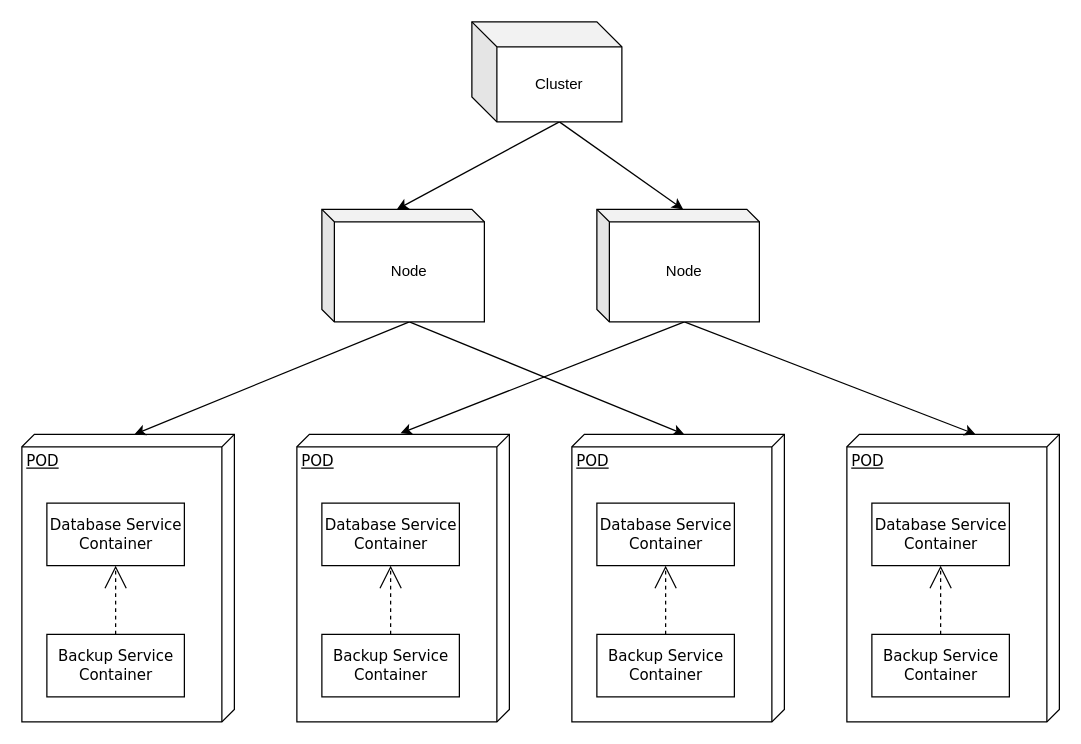
Before: deploy.drawio in darrenyan/mcp-, a draw.io diagram. Source tidied: cells renumbered, new cells numbered last; positions are measured from the earlier drawing's top-left corner, leaving out a move shared by most shapes. Both pictures are drawn from the tidied source at 125%, with x=0, y=0 at pixel (21, 21).
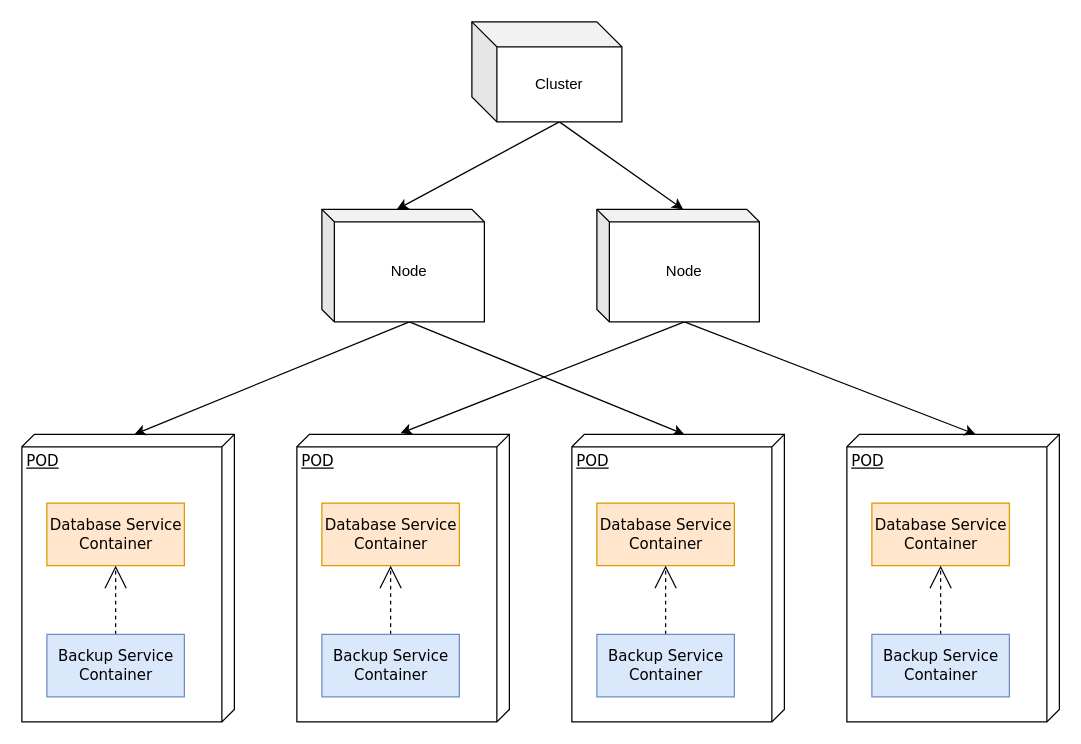
The same page after the edit.

Diff of the diagram source:
```diff
@@
-    <mxCell id="3" value="Database Service&lt;br&gt;Container" style="html=1;rounded=0;shadow=0;comic=0;labelBackgroundColor=none;strokeWidth=1;fontFamily=Verdana;fontSize=12;align=center;" parent="1" vertex="1">
+    <mxCell id="3" value="Database Service&lt;br&gt;Container" style="html=1;rounded=0;shadow=0;comic=0;labelBackgroundColor=none;strokeWidth=1;fontFamily=Verdana;fontSize=12;align=center;fillColor=#ffe6cc;strokeColor=#d79b00;" parent="1" vertex="1">
       <mxGeometry x="20" y="385" width="110" height="50" as="geometry" />
     </mxCell>
@@
-    <mxCell id="5" value="Backup Service&lt;br&gt;Container" style="html=1;rounded=0;shadow=0;comic=0;labelBackgroundColor=none;strokeWidth=1;fontFamily=Verdana;fontSize=12;align=center;" parent="1" vertex="1">
+    <mxCell id="5" value="Backup Service&lt;br&gt;Container" style="html=1;rounded=0;shadow=0;comic=0;labelBackgroundColor=none;strokeWidth=1;fontFamily=Verdana;fontSize=12;align=center;fillColor=#dae8fc;strokeColor=#6c8ebf;" parent="1" vertex="1">
       <mxGeometry x="20" y="490" width="110" height="50" as="geometry" />
     </mxCell>
@@
-    <mxCell id="10" value="Database Service&lt;br&gt;Container" style="html=1;rounded=0;shadow=0;comic=0;labelBackgroundColor=none;strokeWidth=1;fontFamily=Verdana;fontSize=12;align=center;" parent="1" vertex="1">
+    <mxCell id="10" value="Database Service&lt;br&gt;Container" style="html=1;rounded=0;shadow=0;comic=0;labelBackgroundColor=none;strokeWidth=1;fontFamily=Verdana;fontSize=12;align=center;fillColor=#ffe6cc;strokeColor=#d79b00;" parent="1" vertex="1">
       <mxGeometry x="240" y="385" width="110" height="50" as="geometry" />
     </mxCell>
@@
-    <mxCell id="12" value="Backup Service&lt;br&gt;Container" style="html=1;rounded=0;shadow=0;comic=0;labelBackgroundColor=none;strokeWidth=1;fontFamily=Verdana;fontSize=12;align=center;" parent="1" vertex="1">
+    <mxCell id="12" value="Backup Service&lt;br&gt;Container" style="html=1;rounded=0;shadow=0;comic=0;labelBackgroundColor=none;strokeWidth=1;fontFamily=Verdana;fontSize=12;align=center;fillColor=#dae8fc;strokeColor=#6c8ebf;" parent="1" vertex="1">
       <mxGeometry x="240" y="490" width="110" height="50" as="geometry" />
     </mxCell>
@@
-    <mxCell id="14" value="Database Service&lt;br&gt;Container" style="html=1;rounded=0;shadow=0;comic=0;labelBackgroundColor=none;strokeWidth=1;fontFamily=Verdana;fontSize=12;align=center;" parent="1" vertex="1">
+    <mxCell id="14" value="Database Service&lt;br&gt;Container" style="html=1;rounded=0;shadow=0;comic=0;labelBackgroundColor=none;strokeWidth=1;fontFamily=Verdana;fontSize=12;align=center;fillColor=#ffe6cc;strokeColor=#d79b00;" parent="1" vertex="1">
       <mxGeometry x="460" y="385" width="110" height="50" as="geometry" />
     </mxCell>
@@
-    <mxCell id="16" value="Backup Service&lt;br&gt;Container" style="html=1;rounded=0;shadow=0;comic=0;labelBackgroundColor=none;strokeWidth=1;fontFamily=Verdana;fontSize=12;align=center;" parent="1" vertex="1">
+    <mxCell id="16" value="Backup Service&lt;br&gt;Container" style="html=1;rounded=0;shadow=0;comic=0;labelBackgroundColor=none;strokeWidth=1;fontFamily=Verdana;fontSize=12;align=center;fillColor=#dae8fc;strokeColor=#6c8ebf;" parent="1" vertex="1">
       <mxGeometry x="460" y="490" width="110" height="50" as="geometry" />
     </mxCell>
@@
-    <mxCell id="18" value="Database Service&lt;br&gt;Container" style="html=1;rounded=0;shadow=0;comic=0;labelBackgroundColor=none;strokeWidth=1;fontFamily=Verdana;fontSize=12;align=center;" parent="1" vertex="1">
+    <mxCell id="18" value="Database Service&lt;br&gt;Container" style="html=1;rounded=0;shadow=0;comic=0;labelBackgroundColor=none;strokeWidth=1;fontFamily=Verdana;fontSize=12;align=center;fillColor=#ffe6cc;strokeColor=#d79b00;" parent="1" vertex="1">
       <mxGeometry x="680" y="385" width="110" height="50" as="geometry" />
     </mxCell>
@@
-    <mxCell id="20" value="Backup Service&lt;br&gt;Container" style="html=1;rounded=0;shadow=0;comic=0;labelBackgroundColor=none;strokeWidth=1;fontFamily=Verdana;fontSize=12;align=center;" parent="1" vertex="1">
+    <mxCell id="20" value="Backup Service&lt;br&gt;Container" style="html=1;rounded=0;shadow=0;comic=0;labelBackgroundColor=none;strokeWidth=1;fontFamily=Verdana;fontSize=12;align=center;fillColor=#dae8fc;strokeColor=#6c8ebf;" parent="1" vertex="1">
       <mxGeometry x="680" y="490" width="110" height="50" as="geometry" />
     </mxCell>
```
